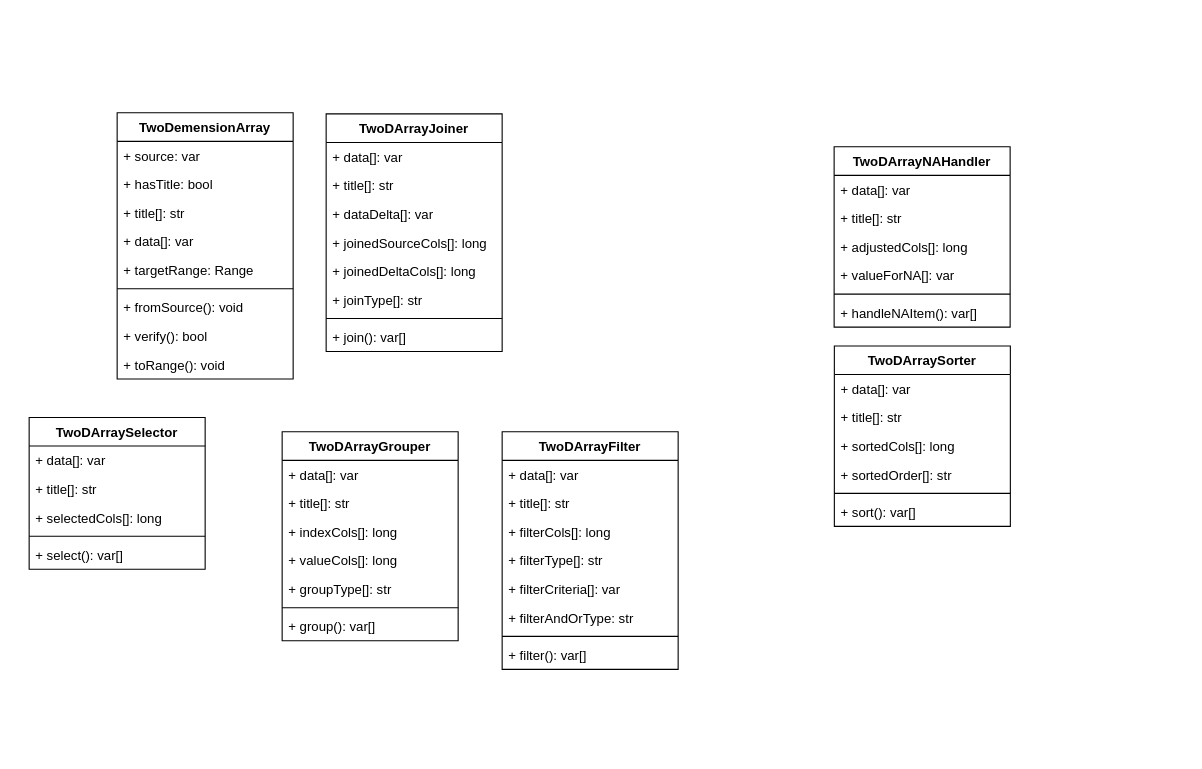
The draw.io diagram page "TwoDArrayer" (3 of 10) of Master UML For VBA Class.drawio in Youjwxyz/VBA_Library, before the edit. Source tidied: cells renumbered, new cells numbered last; positions are measured from the earlier drawing's top-left corner, leaving out a move shared by most shapes. Both pictures are drawn from the tidied source at 110%, with x=0, y=0 at pixel (29, 112).
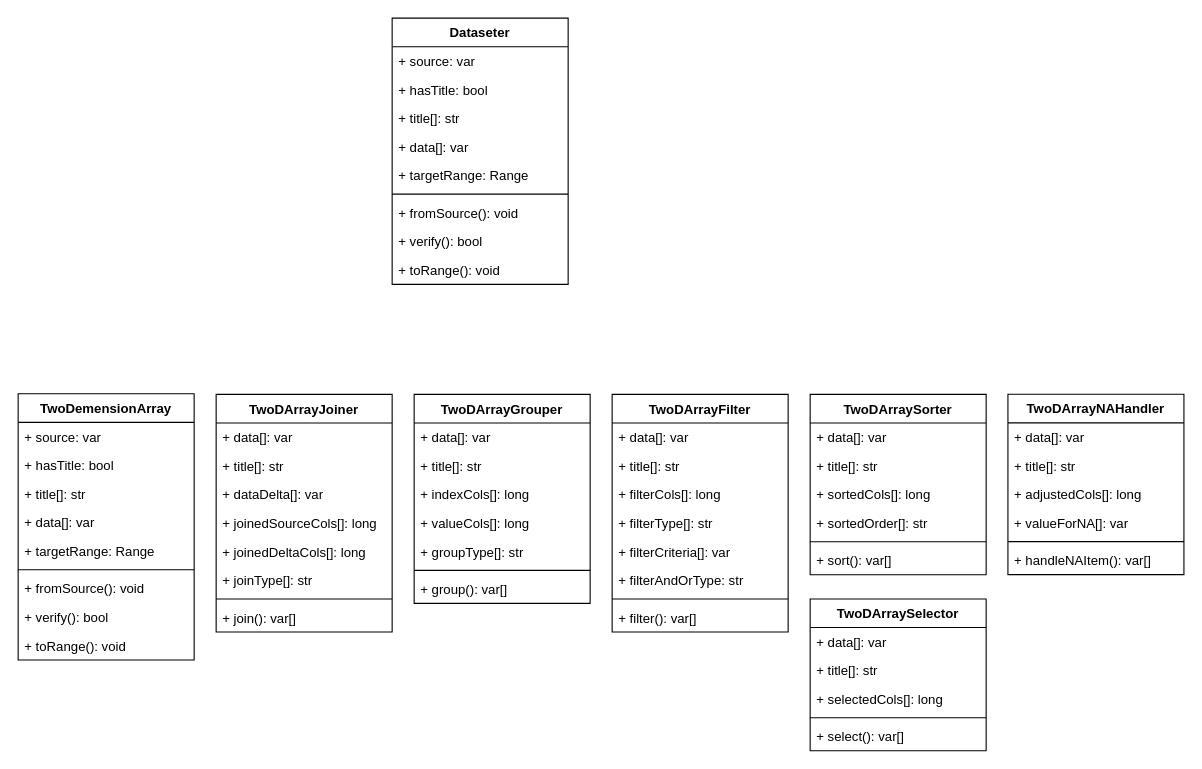
Above is the later version.

Diff of the diagram source:
```diff
@@
     <mxCell id="2" value="TwoDemensionArray" style="swimlane;fontStyle=1;align=center;verticalAlign=top;horizontal=1;startSize=26;" parent="1" vertex="1">
-      <mxGeometry x="80" width="160" height="242" as="geometry" />
+      <mxGeometry x="-10" y="255.5" width="160" height="242" as="geometry" />
     </mxCell>
@@
     <mxCell id="12" value="TwoDArrayFilter" style="swimlane;fontStyle=1;align=center;verticalAlign=top;horizontal=1;startSize=26;" parent="1" vertex="1">
-      <mxGeometry x="430" y="290" width="160" height="216" as="geometry" />
+      <mxGeometry x="530" y="256" width="160" height="216" as="geometry" />
     </mxCell>
@@
     <mxCell id="21" value="TwoDArrayGrouper" style="swimlane;fontStyle=1;align=center;verticalAlign=top;horizontal=1;startSize=26;" parent="1" vertex="1">
-      <mxGeometry x="230" y="290" width="160" height="190" as="geometry" />
+      <mxGeometry x="350" y="256" width="160" height="190" as="geometry" />
     </mxCell>
@@
     <mxCell id="29" value="TwoDArraySelector" style="swimlane;fontStyle=1;align=center;verticalAlign=top;horizontal=1;startSize=26;" parent="1" vertex="1">
-      <mxGeometry y="277" width="160" height="138" as="geometry" />
+      <mxGeometry x="710" y="442" width="160" height="138" as="geometry" />
     </mxCell>
@@
     <mxCell id="35" value="TwoDArrayNAHandler" style="swimlane;fontStyle=1;align=center;verticalAlign=top;horizontal=1;startSize=26;" parent="1" vertex="1">
-      <mxGeometry x="731.8" y="30.9" width="160" height="164" as="geometry" />
+      <mxGeometry x="889.8" y="255.9" width="160" height="164" as="geometry" />
     </mxCell>
@@
     <mxCell id="42" value="TwoDArrayJoiner" style="swimlane;fontStyle=1;align=center;verticalAlign=top;horizontal=1;startSize=26;" parent="1" vertex="1">
-      <mxGeometry x="270" y="1" width="160" height="216" as="geometry" />
+      <mxGeometry x="170" y="256" width="160" height="216" as="geometry" />
     </mxCell>
@@
     <mxCell id="51" value="TwoDArraySorter" style="swimlane;fontStyle=1;align=center;verticalAlign=top;horizontal=1;startSize=26;" parent="1" vertex="1">
-      <mxGeometry x="732" y="212" width="160" height="164" as="geometry" />
+      <mxGeometry x="710" y="256" width="160" height="164" as="geometry" />
     </mxCell>
@@
+    <mxCell id="58" value="Dataseter" style="swimlane;fontStyle=1;align=center;verticalAlign=top;horizontal=1;startSize=26;" parent="1" vertex="1">
+      <mxGeometry x="330" y="-86" width="160" height="242" as="geometry" />
+    </mxCell>
+    <mxCell id="59" value="+ source: var" style="text;strokeColor=none;fillColor=none;align=left;verticalAlign=top;spacingLeft=4;spacingRight=4;overflow=hidden;" parent="58" vertex="1">
+      <mxGeometry y="26" width="160" height="26" as="geometry" />
+    </mxCell>
+    <mxCell id="60" value="+ hasTitle: bool" style="text;strokeColor=none;fillColor=none;align=left;verticalAlign=top;spacingLeft=4;spacingRight=4;overflow=hidden;" parent="58" vertex="1">
+      <mxGeometry y="52" width="160" height="26" as="geometry" />
+    </mxCell>
+    <mxCell id="61" value="+ title[]: str" style="text;strokeColor=none;fillColor=none;align=left;verticalAlign=top;spacingLeft=4;spacingRight=4;overflow=hidden;" parent="58" vertex="1">
+      <mxGeometry y="78" width="160" height="26" as="geometry" />
+    </mxCell>
+    <mxCell id="62" value="+ data[]: var" style="text;strokeColor=none;fillColor=none;align=left;verticalAlign=top;spacingLeft=4;spacingRight=4;overflow=hidden;" parent="58" vertex="1">
+      <mxGeometry y="104" width="160" height="26" as="geometry" />
+    </mxCell>
+    <mxCell id="63" value="+ targetRange: Range" style="text;strokeColor=none;fillColor=none;align=left;verticalAlign=top;spacingLeft=4;spacingRight=4;overflow=hidden;" parent="58" vertex="1">
+      <mxGeometry y="130" width="160" height="26" as="geometry" />
+    </mxCell>
+    <mxCell id="64" style="line;strokeWidth=1;fillColor=none;align=left;verticalAlign=middle;spacingTop=-1;spacingLeft=3;spacingRight=3;labelPosition=right;" parent="58" vertex="1">
+      <mxGeometry y="156" width="160" height="8" as="geometry" />
+    </mxCell>
+    <mxCell id="65" value="+ fromSource(): void" style="text;strokeColor=none;fillColor=none;align=left;verticalAlign=top;spacingLeft=4;spacingRight=4;overflow=hidden;" parent="58" vertex="1">
+      <mxGeometry y="164" width="160" height="26" as="geometry" />
+    </mxCell>
+    <mxCell id="66" value="+ verify(): bool" style="text;strokeColor=none;fillColor=none;align=left;verticalAlign=top;spacingLeft=4;spacingRight=4;overflow=hidden;" parent="58" vertex="1">
+      <mxGeometry y="190" width="160" height="26" as="geometry" />
+    </mxCell>
+    <mxCell id="67" value="+ toRange(): void" style="text;strokeColor=none;fillColor=none;align=left;verticalAlign=top;spacingLeft=4;spacingRight=4;overflow=hidden;" parent="58" vertex="1">
+      <mxGeometry y="216" width="160" height="26" as="geometry" />
+    </mxCell>
```
